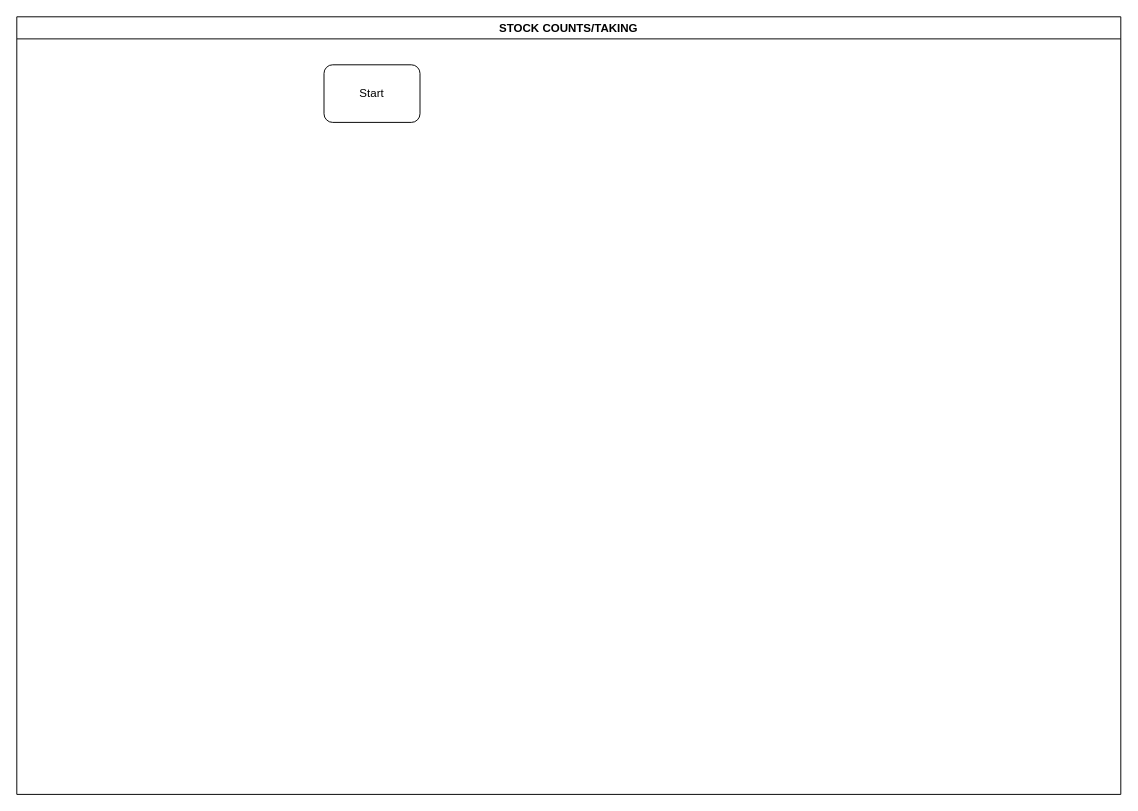
Before: LC-PROC-STOCK TAKING.drawio in kmagua/flowcharts, a draw.io diagram. Source tidied: cells renumbered, new cells numbered last; positions are measured from the earlier drawing's top-left corner, leaving out a move shared by most shapes. Both pictures are drawn from the tidied source at 96%, with x=0, y=0 at pixel (16, 16).
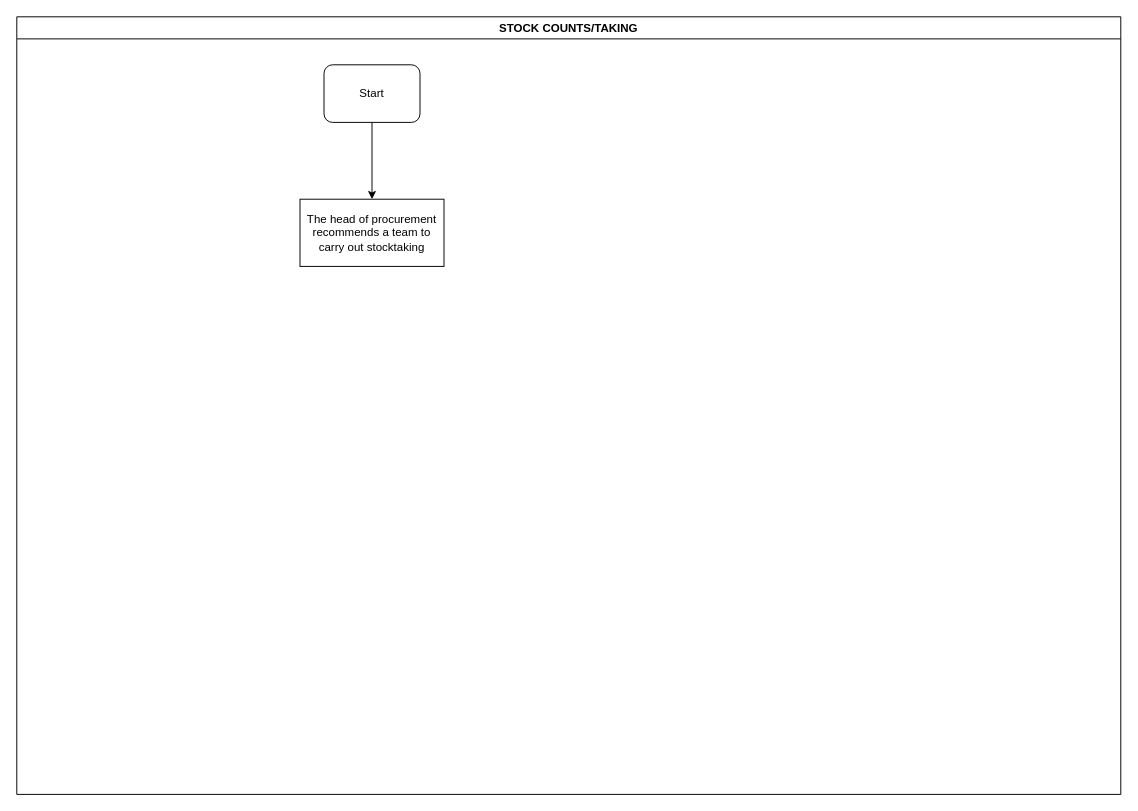
Above is the later version.

Diff of the diagram source:
```diff
@@
 <mxGraphModel>
   <root>
     <mxCell id="0" />
     <mxCell id="1" parent="0" />
     <mxCell id="2" value="STOCK COUNTS/TAKING" style="swimlane;" parent="1" vertex="1">
       <mxGeometry width="1150" height="810" as="geometry" />
     </mxCell>
     <mxCell id="3" value="Start" style="rounded=1;whiteSpace=wrap;html=1;" parent="2" vertex="1">
       <mxGeometry x="320" y="50" width="100" height="60" as="geometry" />
     </mxCell>
+    <mxCell id="4" value="The head of procurement recommends a team to carry out stocktaking" style="rounded=0;whiteSpace=wrap;html=1;" parent="2" vertex="1">
+      <mxGeometry x="295" y="190" width="150" height="70" as="geometry" />
+    </mxCell>
+    <mxCell id="5" style="edgeStyle=orthogonalEdgeStyle;rounded=0;jettySize=auto;html=1;entryX=0.5;entryY=0;entryDx=0;entryDy=0;" parent="2" edge="1" source="3" target="4">
+      <mxGeometry relative="1" as="geometry" />
+    </mxCell>
   </root>
 </mxGraphModel>
```
